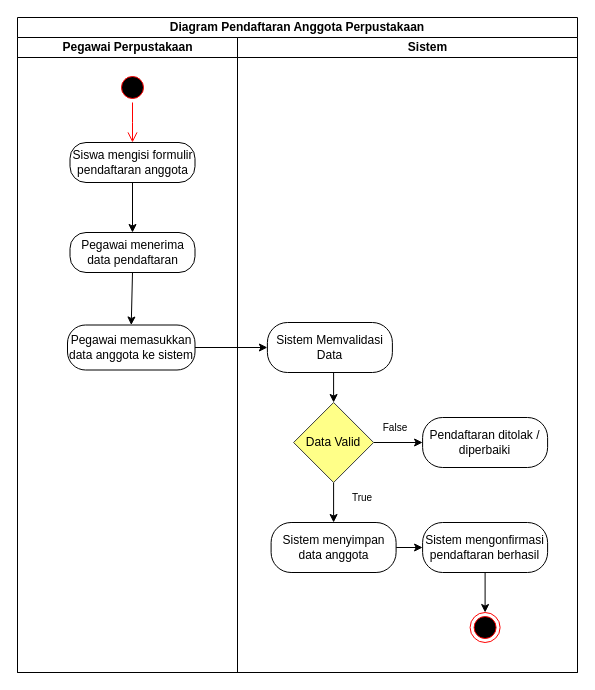
The draw.io diagram page "Activity Kelola Data Anggota" (4 of 16) of Use case.drawio in DikiDrim/FileSkripsi, before the edit. Source tidied: cells renumbered, new cells numbered last; positions are measured from the earlier drawing's top-left corner, leaving out a move shared by most shapes. Both pictures are drawn from the tidied source at 100%, with x=0, y=0 at pixel (17, 17).
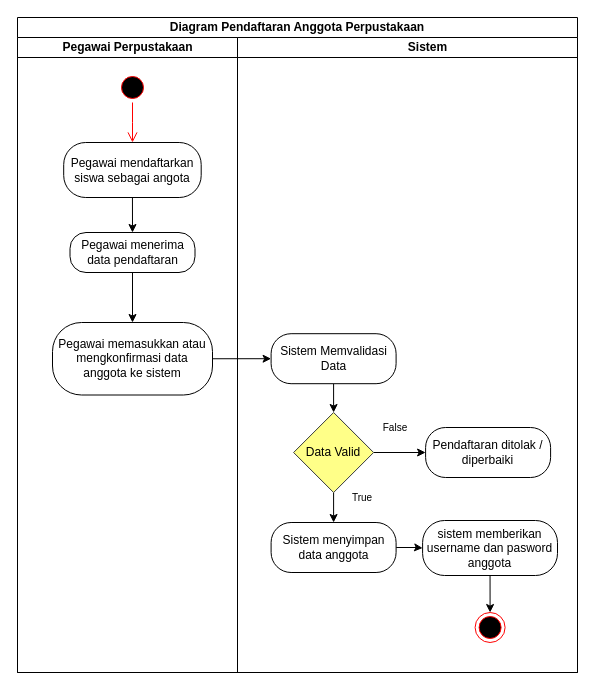
The same page after the edit.

Unchanged cells that the change refers to:
```xml
<mxCell id="3" value="Pegawai Perpustakaan" style="swimlane;html=1;startSize=20;" parent="2" vertex="1">
  <mxGeometry y="20" width="220" height="635" as="geometry" />
</mxCell>
<mxCell id="11" value="&lt;blockquote style=&quot;margin: 0 0 0 40px; border: none; padding: 0px;&quot;&gt;Sistem&lt;/blockquote&gt;" style="swimlane;html=1;startSize=20;swimlaneLine=1;" parent="2" vertex="1">
  <mxGeometry x="220" y="20" width="340" height="635" as="geometry" />
</mxCell>
```

The edit, as a diff of the source:
```diff
@@
-    <mxCell id="6" value="Siswa mengisi formulir pendaftaran anggota" style="rounded=1;whiteSpace=wrap;html=1;arcSize=40;" parent="3" vertex="1">
-      <mxGeometry x="52.5" y="105" width="125" height="40" as="geometry" />
+    <mxCell id="6" value="Pegawai mendaftarkan siswa sebagai angota" style="rounded=1;whiteSpace=wrap;html=1;arcSize=40;" parent="3" vertex="1">
+      <mxGeometry x="46.2" y="105" width="137.5" height="55" as="geometry" />
     </mxCell>
@@
-    <mxCell id="9" value="Pegawai memasukkan data anggota ke sistem" style="rounded=1;whiteSpace=wrap;html=1;arcSize=40;" parent="3" vertex="1">
-      <mxGeometry x="50" y="287.5" width="127.5" height="45" as="geometry" />
+    <mxCell id="9" value="Pegawai memasukkan atau mengkonfirmasi data anggota ke sistem" style="rounded=1;whiteSpace=wrap;html=1;arcSize=40;" parent="3" vertex="1">
+      <mxGeometry x="35" y="285" width="160" height="72.5" as="geometry" />
     </mxCell>
@@
     <mxCell id="13" value="Sistem Memvalidasi Data" style="rounded=1;whiteSpace=wrap;html=1;arcSize=40;" parent="11" vertex="1">
-      <mxGeometry x="29.9" y="285" width="125" height="50" as="geometry" />
+      <mxGeometry x="33.6" y="296.2" width="125" height="50" as="geometry" />
     </mxCell>
     <mxCell id="14" value="Pendaftaran ditolak / diperbaiki" style="rounded=1;whiteSpace=wrap;html=1;arcSize=40;" parent="11" vertex="1">
-      <mxGeometry x="185.1" y="380" width="125" height="50" as="geometry" />
+      <mxGeometry x="188.1" y="390" width="125" height="50" as="geometry" />
     </mxCell>
@@
     <mxCell id="17" value="Data Valid" style="rhombus;whiteSpace=wrap;html=1;fillColor=#ffff88;strokeColor=#36393d;" parent="11" vertex="1">
-      <mxGeometry x="56.1" y="365" width="80" height="80" as="geometry" />
+      <mxGeometry x="56.1" y="375" width="80" height="80" as="geometry" />
     </mxCell>
@@
-    <mxCell id="23" value="Sistem mengonfirmasi pendaftaran berhasil" style="rounded=1;whiteSpace=wrap;html=1;arcSize=40;" parent="11" vertex="1">
-      <mxGeometry x="185.1" y="485" width="125" height="50" as="geometry" />
+    <mxCell id="23" value="sistem memberikan username dan pasword anggota" style="rounded=1;whiteSpace=wrap;html=1;arcSize=40;" parent="11" vertex="1">
+      <mxGeometry x="185.1" y="483" width="134.9" height="55" as="geometry" />
     </mxCell>
     <mxCell id="24" style="ellipse;html=1;shape=endState;fillColor=#000000;strokeColor=#ff0000;" parent="11" vertex="1">
-      <mxGeometry x="232.6" y="575" width="30" height="30" as="geometry" />
+      <mxGeometry x="237.6" y="575" width="30" height="30" as="geometry" />
     </mxCell>
```
